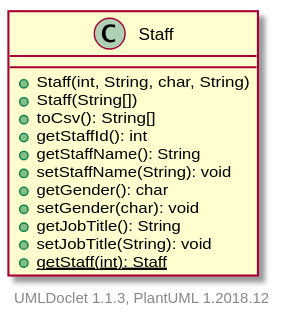
Earlier version of the PlantUML export projects/oodp/html/umlversion/uml/sg.edu.ntu.scse.cz2002.objects.person.Staff.svg (itachi1706/How-to-use-Git-NTUSCSE1819-Site). Source of this version:
```plantuml
@startuml

    class Staff {
        +Staff(int, String, char, String)
        +Staff(String[])
        +toCsv(): String[]
        +getStaffId(): int
        +getStaffName(): String
        +setStaffName(String): void
        +getGender(): char
        +setGender(char): void
        +getJobTitle(): String
        +setJobTitle(String): void
        {static} +getStaff(int): Staff
    }


    center footer UMLDoclet 1.1.3, PlantUML 1.2018.12
@enduml
```
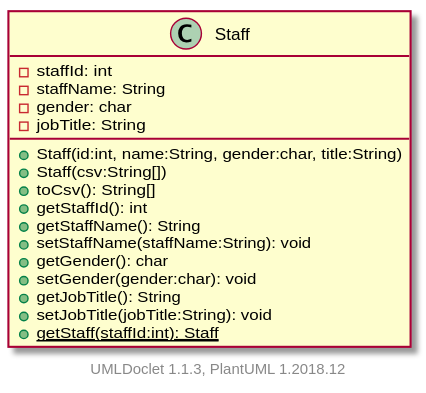
The same file after the commit.

Diff of the diagram source:
```diff
@@ -1,17 +1,21 @@
 @startuml
 
-    class Staff {
-        +Staff(int, String, char, String)
-        +Staff(String[])
+    class Staff [[../sg/edu/ntu/scse/cz2002/objects/person/Staff.html]] {
+        -staffId: int
+        -staffName: String
+        -gender: char
+        -jobTitle: String
+        +Staff(id:int, name:String, gender:char, title:String)
+        +Staff(csv:String[])
         +toCsv(): String[]
         +getStaffId(): int
         +getStaffName(): String
-        +setStaffName(String): void
+        +setStaffName(staffName:String): void
         +getGender(): char
-        +setGender(char): void
+        +setGender(gender:char): void
         +getJobTitle(): String
-        +setJobTitle(String): void
-        {static} +getStaff(int): Staff
+        +setJobTitle(jobTitle:String): void
+        {static} +getStaff(staffId:int): Staff
     }
 
 
```
